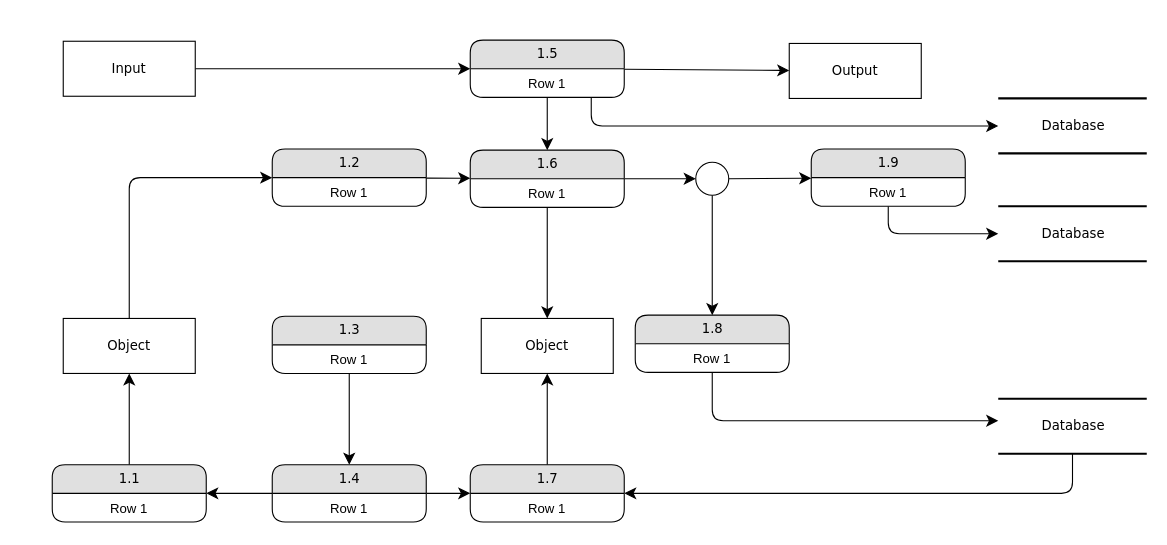
pyddyp/dealPicture keeps this draw.io diagram as 未命名绘图.drawio. Above is the earlier version. Source tidied: cells renumbered, new cells numbered last; positions are measured from the earlier drawing's top-left corner, leaving out a move shared by most shapes. Both pictures are drawn from the tidied source at 110%, with x=0, y=0 at pixel (52, 40).
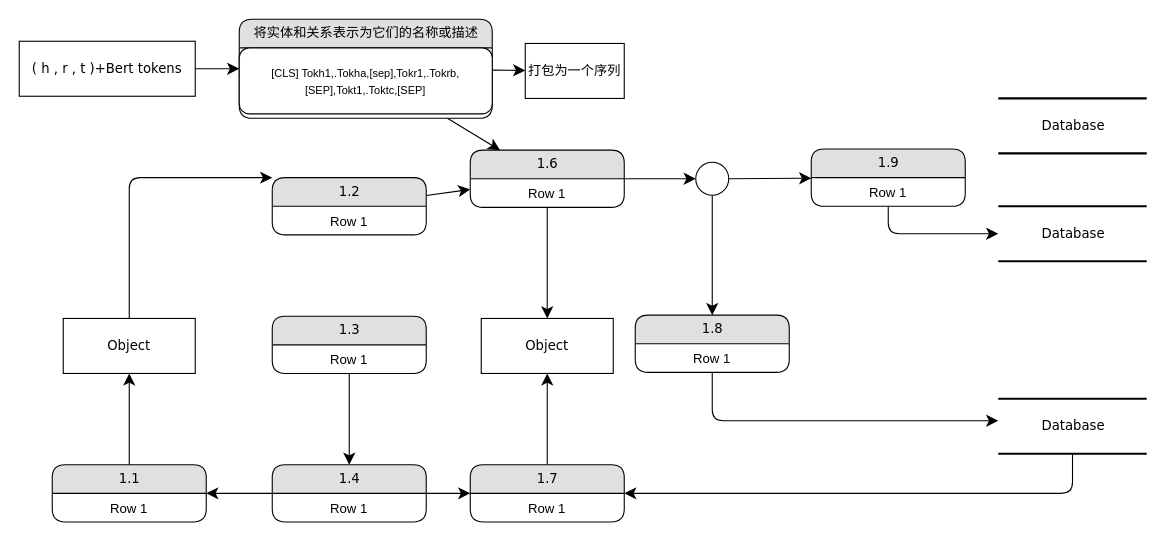
The same diagram, later.

The change refers to these unchanged cells:
```xml
<mxCell id="2" value="Database" style="html=1;rounded=0;shadow=0;comic=0;labelBackgroundColor=none;strokeWidth=2;fontFamily=Verdana;fontSize=12;align=center;shape=mxgraph.ios7ui.horLines;" parent="1" vertex="1">
  <mxGeometry x="860" y="53" width="135" height="50" as="geometry" />
</mxCell>
```

What changed in the source:
```diff
@@
-    <mxCell id="4" value="Output" style="whiteSpace=wrap;html=1;rounded=0;shadow=0;comic=0;labelBackgroundColor=none;strokeWidth=1;fontFamily=Verdana;fontSize=12;align=center;" parent="1" vertex="1">
-      <mxGeometry x="670" y="3" width="120" height="50" as="geometry" />
+    <mxCell id="4" value="打包为一个序列" style="whiteSpace=wrap;html=1;rounded=0;shadow=0;comic=0;labelBackgroundColor=none;strokeWidth=1;fontFamily=Verdana;fontSize=12;align=center;" parent="1" vertex="1">
+      <mxGeometry x="430" y="3" width="90" height="50" as="geometry" />
     </mxCell>
@@
-    <mxCell id="6" value="Input" style="whiteSpace=wrap;html=1;rounded=0;shadow=0;comic=0;labelBackgroundColor=none;strokeWidth=1;fontFamily=Verdana;fontSize=12;align=center;" parent="1" vertex="1">
-      <mxGeometry x="10" y="1" width="120" height="50" as="geometry" />
+    <mxCell id="6" value="( h , r , t )+Bert tokens" style="whiteSpace=wrap;html=1;rounded=0;shadow=0;comic=0;labelBackgroundColor=none;strokeWidth=1;fontFamily=Verdana;fontSize=12;align=center;" parent="1" vertex="1">
+      <mxGeometry x="-30" y="1" width="160" height="50" as="geometry" />
     </mxCell>
@@
-    <mxCell id="9" style="edgeStyle=orthogonalEdgeStyle;html=1;labelBackgroundColor=none;startFill=0;startSize=8;endFill=1;endSize=8;fontFamily=Verdana;fontSize=12;" parent="1" edge="1" source="10" target="2">
-      <mxGeometry relative="1" as="geometry">
-        <Array as="points">
-          <mxPoint x="490" y="78" />
-        </Array>
-      </mxGeometry>
-    </mxCell>
-    <mxCell id="10" value="1.5" style="swimlane;html=1;fontStyle=0;horizontal=1;startSize=26;fillColor=#e0e0e0;swimlaneFillColor=#ffffff;align=center;rounded=1;shadow=0;comic=0;labelBackgroundColor=none;strokeWidth=1;fontFamily=Verdana;fontSize=12;" parent="1" vertex="1">
-      <mxGeometry x="380" width="140" height="52" as="geometry" />
+    <mxCell id="10" value="将实体和关系表示为它们的名称或描述" style="swimlane;html=1;fontStyle=0;horizontal=1;startSize=26;fillColor=#e0e0e0;swimlaneFillColor=#ffffff;align=center;rounded=1;shadow=0;comic=0;labelBackgroundColor=none;strokeWidth=1;fontFamily=Verdana;fontSize=12;" parent="1" vertex="1">
+      <mxGeometry x="170" y="-19" width="230" height="90" as="geometry" />
     </mxCell>
-    <mxCell id="11" value="Row 1" style="text;html=1;strokeColor=none;fillColor=none;spacingLeft=4;spacingRight=4;whiteSpace=wrap;overflow=hidden;align=center;" parent="10" vertex="1">
-      <mxGeometry y="26" width="140" height="26" as="geometry" />
-    </mxCell>
+    <mxCell id="46" value="&lt;font style=&quot;font-size: 10px;&quot;&gt;[CLS] Tokh1,.Tokha,[sep],Tokr1,.Tokrb,[SEP],Tokt1,.Toktc,[SEP]&lt;/font&gt;" style="rounded=1;whiteSpace=wrap;html=1;" parent="10" vertex="1">
+      <mxGeometry y="26" width="230" height="60" as="geometry" />
+    </mxCell>
@@
     <mxCell id="19" value="1.2" style="swimlane;html=1;fontStyle=0;horizontal=1;startSize=26;fillColor=#e0e0e0;swimlaneFillColor=#ffffff;align=center;rounded=1;shadow=0;comic=0;labelBackgroundColor=none;strokeWidth=1;fontFamily=Verdana;fontSize=12;" parent="1" vertex="1">
-      <mxGeometry x="200" y="99" width="140" height="52" as="geometry" />
+      <mxGeometry x="200" y="125" width="140" height="52" as="geometry" />
     </mxCell>
```
